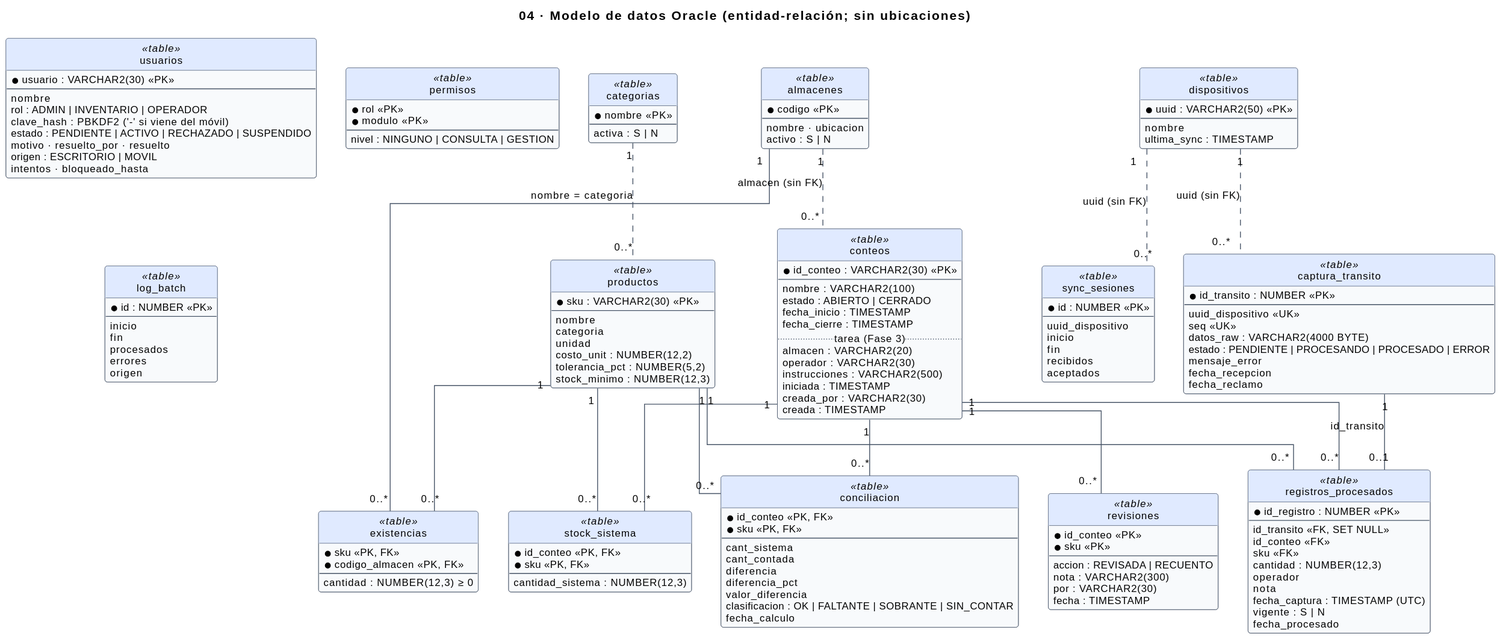
This is docs/img/uml/04-modelo-datos.svg from sebas-archive/kardex-bt, a PlantUML export, as it was before one commit. Source of this version:
```plantuml
@startuml
!include estilo.iuml
title 04 · Modelo de datos Oracle (entidad-relación; sin ubicaciones)
hide circle
skinparam linetype ortho

class conteos <<table>> {
  * id_conteo : VARCHAR2(30) <<PK>>
  --
  nombre : VARCHAR2(100)
  estado : ABIERTO | CERRADO
  fecha_inicio : TIMESTAMP
  fecha_cierre : TIMESTAMP
  .. tarea (Fase 3) ..
  almacen : VARCHAR2(20)
  operador : VARCHAR2(30)
  instrucciones : VARCHAR2(500)
  iniciada : TIMESTAMP
  creada_por : VARCHAR2(30)
  creada : TIMESTAMP
}
class revisiones <<table>> {
  * id_conteo <<PK>>
  * sku <<PK>>
  --
  accion : REVISADA | RECUENTO
  nota : VARCHAR2(300)
  por : VARCHAR2(30)
  fecha : TIMESTAMP
}
class productos <<table>> {
  * sku : VARCHAR2(30) <<PK>>
  --
  nombre
  categoria
  unidad
  costo_unit : NUMBER(12,2)
  tolerancia_pct : NUMBER(5,2)
  stock_minimo : NUMBER(12,3)
}
class usuarios <<table>> {
  * usuario : VARCHAR2(30) <<PK>>
  --
  nombre
  rol : ADMIN | INVENTARIO | OPERADOR
  clave_hash : PBKDF2 ('-' si viene del móvil)
  estado : PENDIENTE | ACTIVO | RECHAZADO | SUSPENDIDO
  motivo · resuelto_por · resuelto
  origen : ESCRITORIO | MOVIL
  intentos · bloqueado_hasta
}
class categorias <<table>> {
  * nombre <<PK>>
  --
  activa : S | N
}
class almacenes <<table>> {
  * codigo <<PK>>
  --
  nombre · ubicacion
  activo : S | N
}
class existencias <<table>> {
  * sku <<PK, FK>>
  * codigo_almacen <<PK, FK>>
  --
  cantidad : NUMBER(12,3) ≥ 0
}
class permisos <<table>> {
  * rol <<PK>>
  * modulo <<PK>>
  --
  nivel : NINGUNO | CONSULTA | GESTION
}
class stock_sistema <<table>> {
  * id_conteo <<PK, FK>>
  * sku <<PK, FK>>
  --
  cantidad_sistema : NUMBER(12,3)
}
class dispositivos <<table>> {
  * uuid : VARCHAR2(50) <<PK>>
  --
  nombre
  ultima_sync : TIMESTAMP
}
class captura_transito <<table>> {
  * id_transito : NUMBER <<PK>>
  --
  uuid_dispositivo <<UK>>
  seq <<UK>>
  datos_raw : VARCHAR2(4000 BYTE)
  estado : PENDIENTE | PROCESANDO | PROCESADO | ERROR
  mensaje_error
  fecha_recepcion
  fecha_reclamo
}
class registros_procesados <<table>> {
  * id_registro : NUMBER <<PK>>
  --
  id_transito <<FK, SET NULL>>
  id_conteo <<FK>>
  sku <<FK>>
  cantidad : NUMBER(12,3)
  operador
  nota
  fecha_captura : TIMESTAMP (UTC)
  vigente : S | N
  fecha_procesado
}
class conciliacion <<table>> {
  * id_conteo <<PK, FK>>
  * sku <<PK, FK>>
  --
  cant_sistema
  cant_contada
  diferencia
  diferencia_pct
  valor_diferencia
  clasificacion : OK | FALTANTE | SOBRANTE | SIN_CONTAR
  fecha_calculo
}
class sync_sesiones <<table>> {
  * id : NUMBER <<PK>>
  --
  uuid_dispositivo
  inicio
  fin
  recibidos
  aceptados
}
class log_batch <<table>> {
  * id : NUMBER <<PK>>
  --
  inicio
  fin
  procesados
  errores
  origen
}

conteos "1" -- "0..*" stock_sistema
productos "1" -- "0..*" stock_sistema
conteos "1" -- "0..*" registros_procesados
productos "1" -- "0..*" registros_procesados
captura_transito "1" -- "0..1" registros_procesados : id_transito
conteos "1" -- "0..*" conciliacion
productos "1" -- "0..*" conciliacion
dispositivos "1" .. "0..*" captura_transito : uuid (sin FK)
dispositivos "1" .. "0..*" sync_sesiones : uuid (sin FK)
productos "1" -- "0..*" existencias
almacenes "1" -- "0..*" existencias
categorias "1" .. "0..*" productos : nombre = categoria
conteos "1" -- "0..*" revisiones
almacenes "1" .. "0..*" conteos : almacen (sin FK)
@enduml
```
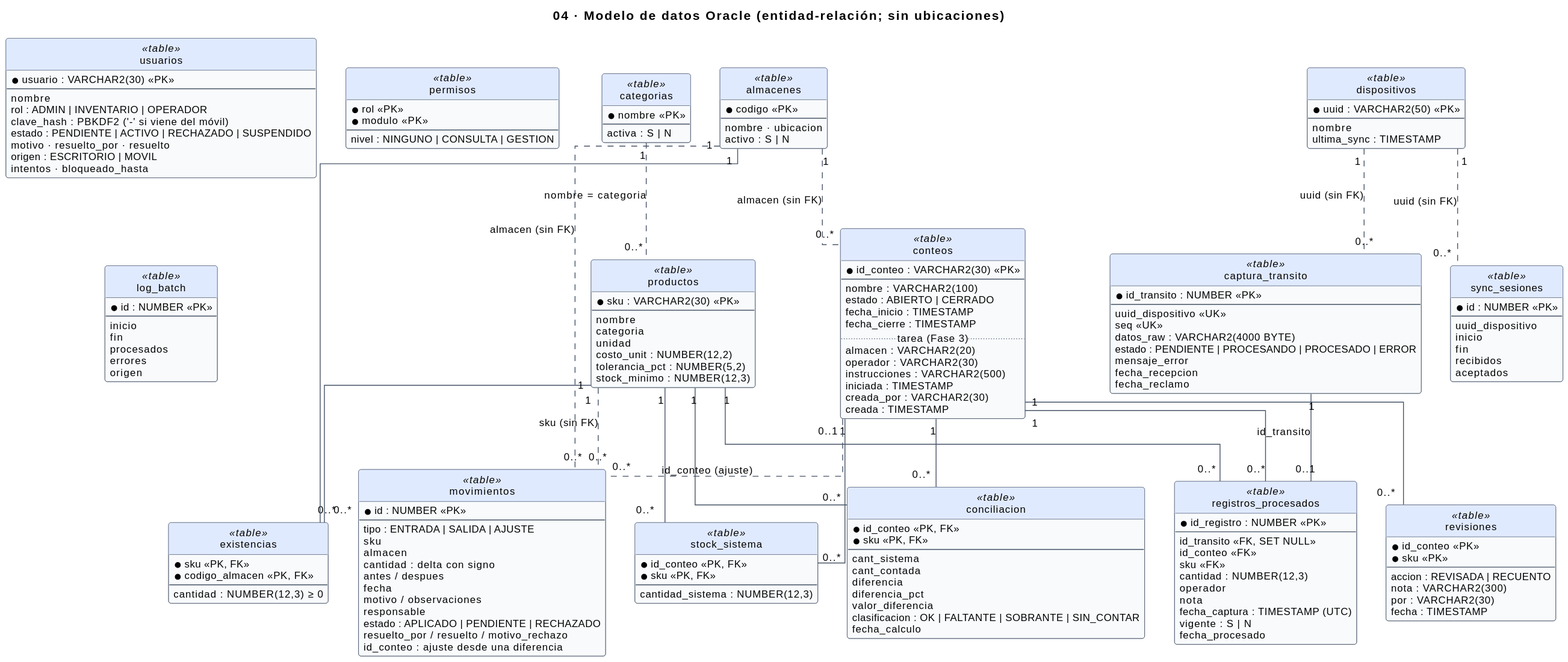
The same file after the commit.

Diff of the diagram source:
```diff
@@ -18,6 +18,21 @@
   iniciada : TIMESTAMP
   creada_por : VARCHAR2(30)
   creada : TIMESTAMP
+}
+class movimientos <<table>> {
+  * id : NUMBER <<PK>>
+  --
+  tipo : ENTRADA | SALIDA | AJUSTE
+  sku
+  almacen
+  cantidad : delta con signo
+  antes / despues
+  fecha
+  motivo / observaciones
+  responsable
+  estado : APLICADO | PENDIENTE | RECHAZADO
+  resuelto_por / resuelto / motivo_rechazo
+  id_conteo : ajuste desde una diferencia
 }
 class revisiones <<table>> {
   * id_conteo <<PK>>
@@ -152,5 +167,8 @@
 almacenes "1" -- "0..*" existencias
 categorias "1" .. "0..*" productos : nombre = categoria
 conteos "1" -- "0..*" revisiones
+productos "1" .. "0..*" movimientos : sku (sin FK)
+almacenes "1" .. "0..*" movimientos : almacen (sin FK)
+conteos "0..1" .. "0..*" movimientos : id_conteo (ajuste)
 almacenes "1" .. "0..*" conteos : almacen (sin FK)
 @enduml
```
